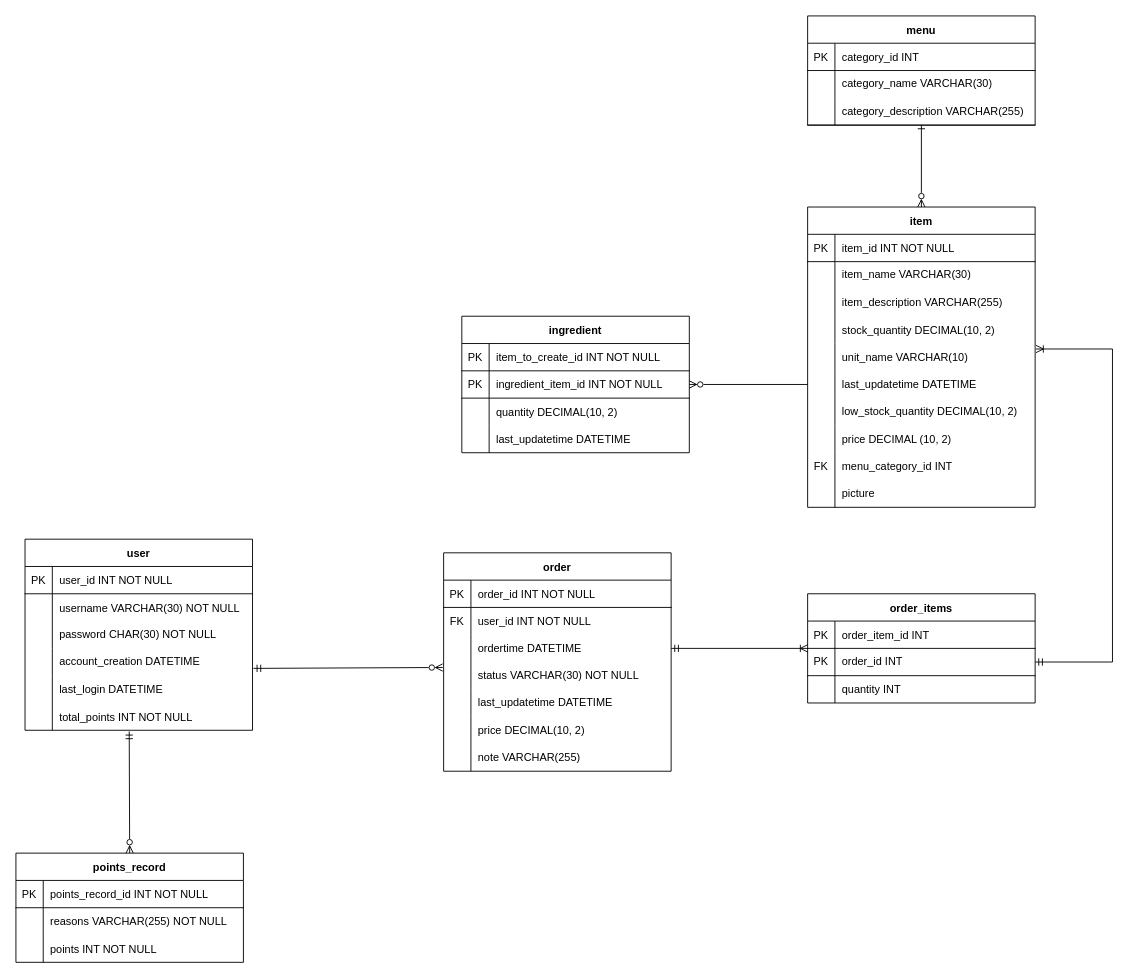
Above: diagrams/erd.drawio in Mic12321/prac_proj_2 (draw.io), before the change. Source tidied: cells renumbered, new cells numbered last; positions are measured from the earlier drawing's top-left corner, leaving out a move shared by most shapes. Both pictures are drawn from the tidied source at 91%, with x=0, y=0 at pixel (15, 15).
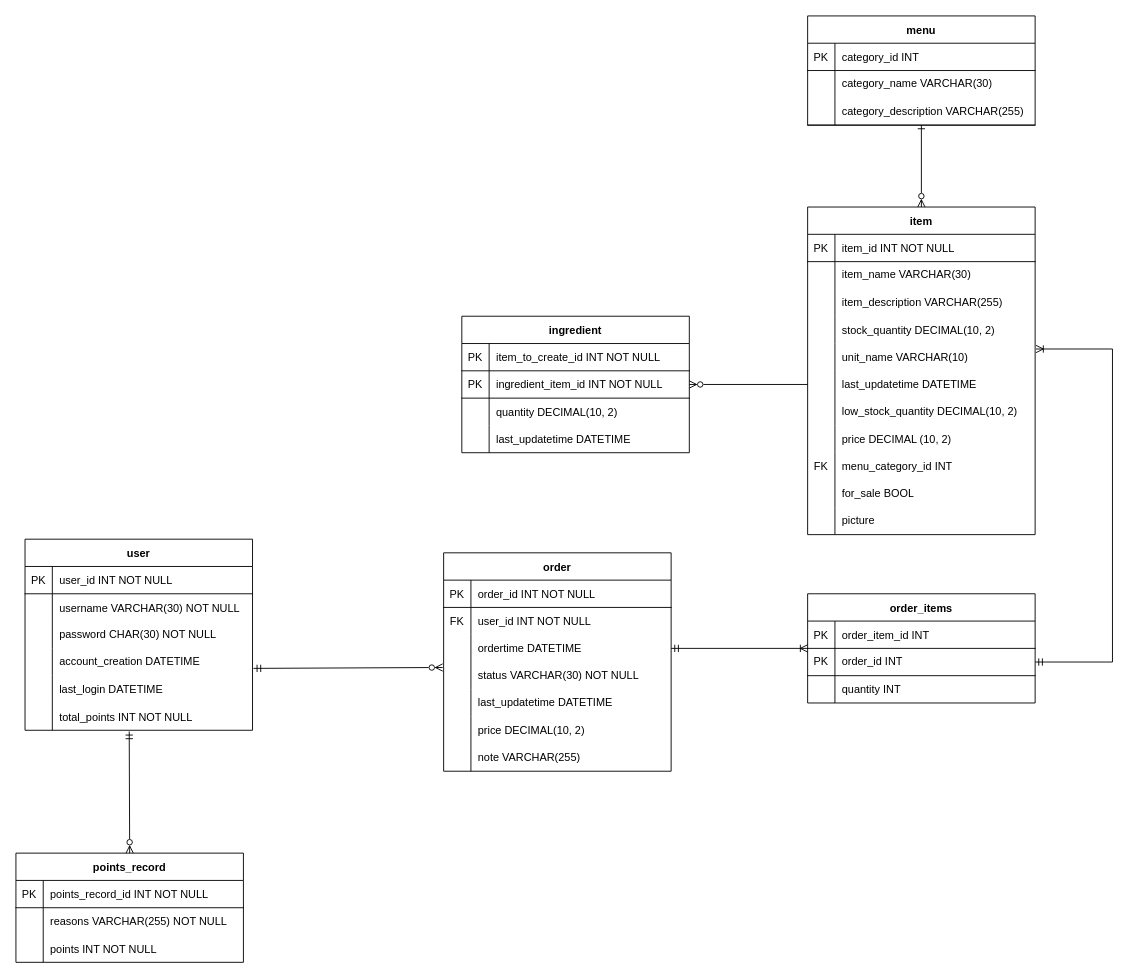
The same diagram, later.

Commit message (it also covers changes not shown here):
Added a new attritbute to item: for_sale

What changed in the source:
```diff
@@
     <mxCell id="53" value="item" style="shape=table;startSize=30;childLayout=tableLayout;rowLines=0;fontStyle=1;align=center;" parent="1" vertex="1">
-      <mxGeometry x="870" y="210" width="250" height="330" as="geometry" />
+      <mxGeometry x="870" y="210" width="250" height="360" as="geometry" />
     </mxCell>
@@
+    <mxCell id="123" style="shape=tableRow;horizontal=0;startSize=0;swimlaneHead=0;swimlaneBody=0;fillColor=none;top=0;left=0;right=0;bottom=0;" parent="53" vertex="1">
+      <mxGeometry y="300" width="250" height="30" as="geometry" />
+    </mxCell>
+    <mxCell id="124" style="shape=partialRectangle;fillColor=none;top=0;left=0;bottom=0;right=0;fontStyle=0;overflow=hidden;whiteSpace=wrap;html=1;" parent="123" vertex="1">
+      <mxGeometry width="30" height="30" as="geometry" />
+    </mxCell>
+    <mxCell id="125" value="for_sale BOOL" style="shape=partialRectangle;fillColor=none;top=0;left=0;bottom=0;right=0;align=left;spacingLeft=6;fontStyle=0;overflow=hidden;whiteSpace=wrap;html=1;" parent="123" vertex="1">
+      <mxGeometry x="30" width="220" height="30" as="geometry" />
+    </mxCell>
     <mxCell id="81" style="shape=tableRow;horizontal=0;startSize=0;swimlaneHead=0;swimlaneBody=0;fillColor=none;top=0;left=0;right=0;bottom=0;" parent="53" vertex="1">
-      <mxGeometry y="300" width="250" height="30" as="geometry" />
+      <mxGeometry y="330" width="250" height="30" as="geometry" />
     </mxCell>
```
